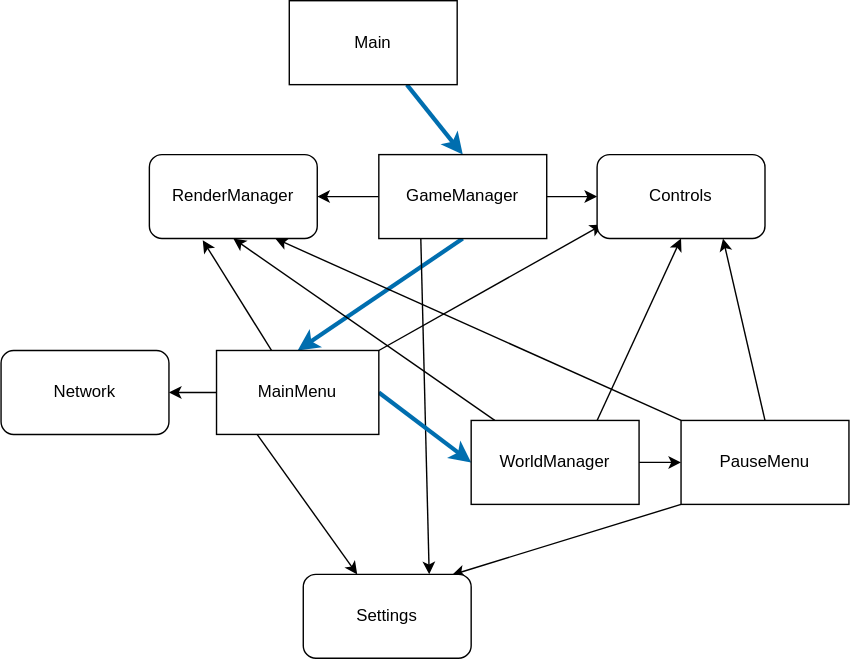
Before: pics/project-arch.drawio.svg, a diagram exported from draw.io (hammerill/Sand-Box2D). Source tidied: cells renumbered, new cells last; positions are measured from the earlier drawing's top-left corner, leaving out a move shared by most shapes. Its diagram source:
```xml
<mxGraphModel>
  <root>
    <mxCell id="0" />
    <mxCell id="1" parent="0" />
    <mxCell id="2" style="edgeStyle=none;html=1;entryX=0.5;entryY=0;entryDx=0;entryDy=0;strokeWidth=3;fillColor=#1ba1e2;strokeColor=#006EAF;" parent="1" edge="1" source="3" target="8">
      <mxGeometry relative="1" as="geometry" />
    </mxCell>
    <mxCell id="3" value="Main" style="whiteSpace=wrap;html=1;" parent="1" vertex="1">
      <mxGeometry x="206" width="120" height="60" as="geometry" />
    </mxCell>
    <mxCell id="4" style="edgeStyle=none;html=1;exitX=0.5;exitY=1;exitDx=0;exitDy=0;entryX=0.5;entryY=0;entryDx=0;entryDy=0;strokeWidth=3;fillColor=#1ba1e2;strokeColor=#006EAF;" parent="1" edge="1" source="8" target="15">
      <mxGeometry relative="1" as="geometry" />
    </mxCell>
    <mxCell id="5" style="edgeStyle=none;html=1;exitX=0;exitY=0.5;exitDx=0;exitDy=0;entryX=1;entryY=0.5;entryDx=0;entryDy=0;" parent="1" edge="1" source="8" target="9">
      <mxGeometry relative="1" as="geometry" />
    </mxCell>
    <mxCell id="6" style="edgeStyle=none;html=1;exitX=1;exitY=0.5;exitDx=0;exitDy=0;entryX=0;entryY=0.5;entryDx=0;entryDy=0;" parent="1" edge="1" source="8" target="16">
      <mxGeometry relative="1" as="geometry" />
    </mxCell>
    <mxCell id="7" style="edgeStyle=none;html=1;exitX=0.25;exitY=1;exitDx=0;exitDy=0;entryX=0.75;entryY=0;entryDx=0;entryDy=0;" parent="1" edge="1" source="8" target="26">
      <mxGeometry relative="1" as="geometry" />
    </mxCell>
    <mxCell id="8" value="GameManager&lt;br&gt;" style="whiteSpace=wrap;html=1;" parent="1" vertex="1">
      <mxGeometry x="270" y="110" width="120" height="60" as="geometry" />
    </mxCell>
    <mxCell id="9" value="RenderManager" style="whiteSpace=wrap;html=1;rounded=1;" parent="1" vertex="1">
      <mxGeometry x="106" y="110" width="120" height="60" as="geometry" />
    </mxCell>
    <mxCell id="10" style="edgeStyle=none;html=1;entryX=0.318;entryY=1.02;entryDx=0;entryDy=0;entryPerimeter=0;" parent="1" edge="1" source="15" target="9">
      <mxGeometry relative="1" as="geometry" />
    </mxCell>
    <mxCell id="11" style="edgeStyle=none;html=1;exitX=1;exitY=0;exitDx=0;exitDy=0;entryX=0.033;entryY=0.833;entryDx=0;entryDy=0;entryPerimeter=0;" parent="1" edge="1" source="15" target="16">
      <mxGeometry relative="1" as="geometry" />
    </mxCell>
    <mxCell id="12" style="edgeStyle=none;html=1;entryX=1;entryY=0.5;entryDx=0;entryDy=0;" parent="1" edge="1" source="15" target="17">
      <mxGeometry relative="1" as="geometry" />
    </mxCell>
    <mxCell id="13" style="edgeStyle=none;html=1;exitX=1;exitY=0.5;exitDx=0;exitDy=0;entryX=0;entryY=0.5;entryDx=0;entryDy=0;strokeWidth=3;fillColor=#1ba1e2;strokeColor=#006EAF;" parent="1" edge="1" source="15" target="21">
      <mxGeometry relative="1" as="geometry" />
    </mxCell>
    <mxCell id="14" style="edgeStyle=none;html=1;exitX=0.25;exitY=1;exitDx=0;exitDy=0;" parent="1" edge="1" source="15" target="26">
      <mxGeometry relative="1" as="geometry" />
    </mxCell>
    <mxCell id="15" value="MainMenu" style="whiteSpace=wrap;html=1;" parent="1" vertex="1">
      <mxGeometry x="154" y="250" width="116" height="60" as="geometry" />
    </mxCell>
    <mxCell id="16" value="Controls" style="whiteSpace=wrap;html=1;rounded=1;" parent="1" vertex="1">
      <mxGeometry x="426" y="110" width="120" height="60" as="geometry" />
    </mxCell>
    <mxCell id="17" value="Network" style="whiteSpace=wrap;html=1;rounded=1;" parent="1" vertex="1">
      <mxGeometry y="250" width="120" height="60" as="geometry" />
    </mxCell>
    <mxCell id="18" style="edgeStyle=none;html=1;entryX=0.5;entryY=1;entryDx=0;entryDy=0;" parent="1" edge="1" source="21" target="9">
      <mxGeometry relative="1" as="geometry" />
    </mxCell>
    <mxCell id="19" style="edgeStyle=none;html=1;exitX=0.75;exitY=0;exitDx=0;exitDy=0;entryX=0.5;entryY=1;entryDx=0;entryDy=0;" parent="1" edge="1" source="21" target="16">
      <mxGeometry relative="1" as="geometry" />
    </mxCell>
    <mxCell id="20" style="edgeStyle=none;html=1;exitX=1;exitY=0.5;exitDx=0;exitDy=0;entryX=0;entryY=0.5;entryDx=0;entryDy=0;" parent="1" edge="1" source="21" target="25">
      <mxGeometry relative="1" as="geometry" />
    </mxCell>
    <mxCell id="21" value="WorldManager" style="whiteSpace=wrap;html=1;" parent="1" vertex="1">
      <mxGeometry x="336" y="300" width="120" height="60" as="geometry" />
    </mxCell>
    <mxCell id="22" style="edgeStyle=none;html=1;exitX=0;exitY=0;exitDx=0;exitDy=0;entryX=0.75;entryY=1;entryDx=0;entryDy=0;" parent="1" edge="1" source="25" target="9">
      <mxGeometry relative="1" as="geometry" />
    </mxCell>
    <mxCell id="23" style="edgeStyle=none;html=1;exitX=0.5;exitY=0;exitDx=0;exitDy=0;entryX=0.75;entryY=1;entryDx=0;entryDy=0;" parent="1" edge="1" source="25" target="16">
      <mxGeometry relative="1" as="geometry" />
    </mxCell>
    <mxCell id="24" style="edgeStyle=none;html=1;exitX=0;exitY=1;exitDx=0;exitDy=0;entryX=0.886;entryY=0.006;entryDx=0;entryDy=0;entryPerimeter=0;" parent="1" edge="1" source="25" target="26">
      <mxGeometry relative="1" as="geometry" />
    </mxCell>
    <mxCell id="25" value="PauseMenu" style="whiteSpace=wrap;html=1;" parent="1" vertex="1">
      <mxGeometry x="486" y="300" width="120" height="60" as="geometry" />
    </mxCell>
    <mxCell id="26" value="Settings" style="whiteSpace=wrap;html=1;rounded=1;" parent="1" vertex="1">
      <mxGeometry x="216" y="410" width="120" height="60" as="geometry" />
    </mxCell>
  </root>
</mxGraphModel>
```
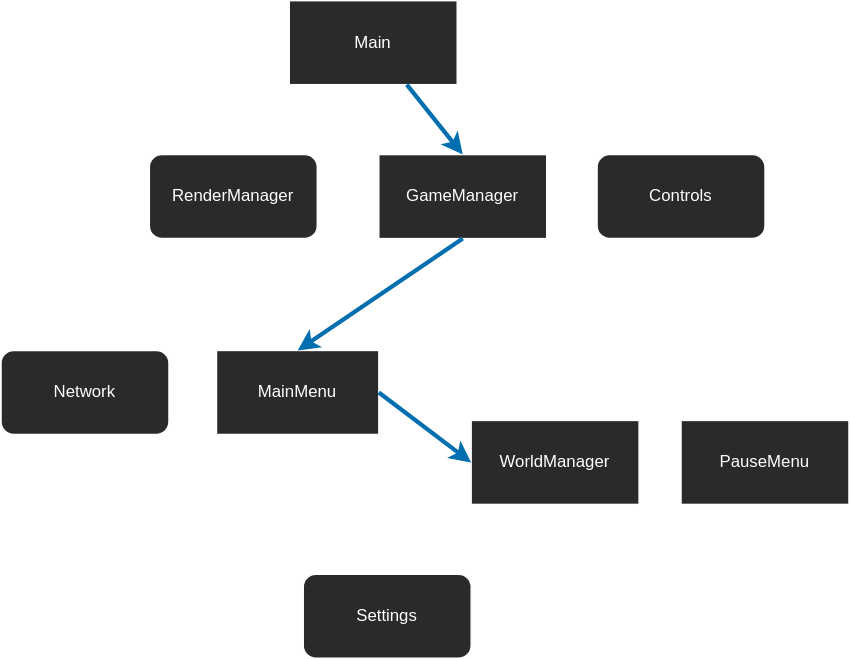
After the commit.

What changed in the source:
```diff
@@ -2,80 +2,80 @@
   <root>
     <mxCell id="0" />
     <mxCell id="1" parent="0" />
-    <mxCell id="2" style="edgeStyle=none;html=1;entryX=0.5;entryY=0;entryDx=0;entryDy=0;strokeWidth=3;fillColor=#1ba1e2;strokeColor=#006EAF;" parent="1" edge="1" source="3" target="8">
-      <mxGeometry relative="1" as="geometry" />
-    </mxCell>
-    <mxCell id="3" value="Main" style="whiteSpace=wrap;html=1;" parent="1" vertex="1">
+    <mxCell id="3" value="Main" style="whiteSpace=wrap;html=1;fillColor=#2A2A2A;fontColor=#FFFFFF;labelBorderColor=none;strokeColor=#FFFFFF;" parent="1" vertex="1">
       <mxGeometry x="206" width="120" height="60" as="geometry" />
     </mxCell>
-    <mxCell id="4" style="edgeStyle=none;html=1;exitX=0.5;exitY=1;exitDx=0;exitDy=0;entryX=0.5;entryY=0;entryDx=0;entryDy=0;strokeWidth=3;fillColor=#1ba1e2;strokeColor=#006EAF;" parent="1" edge="1" source="8" target="15">
-      <mxGeometry relative="1" as="geometry" />
-    </mxCell>
-    <mxCell id="5" style="edgeStyle=none;html=1;exitX=0;exitY=0.5;exitDx=0;exitDy=0;entryX=1;entryY=0.5;entryDx=0;entryDy=0;" parent="1" edge="1" source="8" target="9">
+    <mxCell id="5" style="edgeStyle=none;html=1;exitX=0;exitY=0.5;exitDx=0;exitDy=0;entryX=1;entryY=0.5;entryDx=0;entryDy=0;strokeColor=#FFFFFF;" parent="1" edge="1" source="8" target="9">
       <mxGeometry relative="1" as="geometry" />
     </mxCell>
-    <mxCell id="6" style="edgeStyle=none;html=1;exitX=1;exitY=0.5;exitDx=0;exitDy=0;entryX=0;entryY=0.5;entryDx=0;entryDy=0;" parent="1" edge="1" source="8" target="16">
+    <mxCell id="6" style="edgeStyle=none;html=1;exitX=1;exitY=0.5;exitDx=0;exitDy=0;entryX=0;entryY=0.5;entryDx=0;entryDy=0;strokeColor=#FFFFFF;" parent="1" edge="1" source="8" target="16">
       <mxGeometry relative="1" as="geometry" />
     </mxCell>
-    <mxCell id="7" style="edgeStyle=none;html=1;exitX=0.25;exitY=1;exitDx=0;exitDy=0;entryX=0.75;entryY=0;entryDx=0;entryDy=0;" parent="1" edge="1" source="8" target="26">
+    <mxCell id="7" style="edgeStyle=none;html=1;exitX=0.25;exitY=1;exitDx=0;exitDy=0;entryX=0.75;entryY=0;entryDx=0;entryDy=0;strokeColor=#FFFFFF;" parent="1" edge="1" source="8" target="26">
       <mxGeometry relative="1" as="geometry" />
     </mxCell>
-    <mxCell id="8" value="GameManager&lt;br&gt;" style="whiteSpace=wrap;html=1;" parent="1" vertex="1">
+    <mxCell id="8" value="GameManager&lt;br&gt;" style="whiteSpace=wrap;html=1;fillColor=#2A2A2A;fontColor=#FFFFFF;labelBorderColor=none;strokeColor=#FFFFFF;" parent="1" vertex="1">
       <mxGeometry x="270" y="110" width="120" height="60" as="geometry" />
     </mxCell>
-    <mxCell id="9" value="RenderManager" style="whiteSpace=wrap;html=1;rounded=1;" parent="1" vertex="1">
+    <mxCell id="9" value="RenderManager" style="whiteSpace=wrap;html=1;rounded=1;fillColor=#2A2A2A;fontColor=#FFFFFF;labelBorderColor=none;strokeColor=#FFFFFF;" parent="1" vertex="1">
       <mxGeometry x="106" y="110" width="120" height="60" as="geometry" />
     </mxCell>
-    <mxCell id="10" style="edgeStyle=none;html=1;entryX=0.318;entryY=1.02;entryDx=0;entryDy=0;entryPerimeter=0;" parent="1" edge="1" source="15" target="9">
+    <mxCell id="10" style="edgeStyle=none;html=1;entryX=0.318;entryY=1.02;entryDx=0;entryDy=0;entryPerimeter=0;strokeColor=#FFFFFF;" parent="1" edge="1" source="15" target="9">
       <mxGeometry relative="1" as="geometry" />
     </mxCell>
-    <mxCell id="11" style="edgeStyle=none;html=1;exitX=1;exitY=0;exitDx=0;exitDy=0;entryX=0.033;entryY=0.833;entryDx=0;entryDy=0;entryPerimeter=0;" parent="1" edge="1" source="15" target="16">
+    <mxCell id="11" style="edgeStyle=none;html=1;exitX=1;exitY=0;exitDx=0;exitDy=0;entryX=0.033;entryY=0.833;entryDx=0;entryDy=0;entryPerimeter=0;strokeColor=#FFFFFF;" parent="1" edge="1" source="15" target="16">
       <mxGeometry relative="1" as="geometry" />
     </mxCell>
-    <mxCell id="12" style="edgeStyle=none;html=1;entryX=1;entryY=0.5;entryDx=0;entryDy=0;" parent="1" edge="1" source="15" target="17">
+    <mxCell id="12" style="edgeStyle=none;html=1;entryX=1;entryY=0.5;entryDx=0;entryDy=0;strokeColor=#FFFFFF;" parent="1" edge="1" source="15" target="17">
       <mxGeometry relative="1" as="geometry" />
     </mxCell>
-    <mxCell id="13" style="edgeStyle=none;html=1;exitX=1;exitY=0.5;exitDx=0;exitDy=0;entryX=0;entryY=0.5;entryDx=0;entryDy=0;strokeWidth=3;fillColor=#1ba1e2;strokeColor=#006EAF;" parent="1" edge="1" source="15" target="21">
-      <mxGeometry relative="1" as="geometry" />
-    </mxCell>
-    <mxCell id="14" style="edgeStyle=none;html=1;exitX=0.25;exitY=1;exitDx=0;exitDy=0;" parent="1" edge="1" source="15" target="26">
+    <mxCell id="14" style="edgeStyle=none;html=1;exitX=0.25;exitY=1;exitDx=0;exitDy=0;strokeColor=#FFFFFF;" parent="1" edge="1" source="15" target="26">
       <mxGeometry relative="1" as="geometry" />
     </mxCell>
-    <mxCell id="15" value="MainMenu" style="whiteSpace=wrap;html=1;" parent="1" vertex="1">
+    <mxCell id="15" value="MainMenu" style="whiteSpace=wrap;html=1;fillColor=#2A2A2A;fontColor=#FFFFFF;labelBorderColor=none;strokeColor=#FFFFFF;" parent="1" vertex="1">
       <mxGeometry x="154" y="250" width="116" height="60" as="geometry" />
     </mxCell>
-    <mxCell id="16" value="Controls" style="whiteSpace=wrap;html=1;rounded=1;" parent="1" vertex="1">
+    <mxCell id="16" value="Controls" style="whiteSpace=wrap;html=1;rounded=1;fillColor=#2A2A2A;fontColor=#FFFFFF;labelBorderColor=none;strokeColor=#FFFFFF;" parent="1" vertex="1">
       <mxGeometry x="426" y="110" width="120" height="60" as="geometry" />
     </mxCell>
-    <mxCell id="17" value="Network" style="whiteSpace=wrap;html=1;rounded=1;" parent="1" vertex="1">
+    <mxCell id="17" value="Network" style="whiteSpace=wrap;html=1;rounded=1;fillColor=#2A2A2A;fontColor=#FFFFFF;labelBorderColor=none;strokeColor=#FFFFFF;" parent="1" vertex="1">
       <mxGeometry y="250" width="120" height="60" as="geometry" />
     </mxCell>
-    <mxCell id="18" style="edgeStyle=none;html=1;entryX=0.5;entryY=1;entryDx=0;entryDy=0;" parent="1" edge="1" source="21" target="9">
+    <mxCell id="18" style="edgeStyle=none;html=1;entryX=0.5;entryY=1;entryDx=0;entryDy=0;strokeColor=#FFFFFF;" parent="1" edge="1" source="21" target="9">
       <mxGeometry relative="1" as="geometry" />
     </mxCell>
-    <mxCell id="19" style="edgeStyle=none;html=1;exitX=0.75;exitY=0;exitDx=0;exitDy=0;entryX=0.5;entryY=1;entryDx=0;entryDy=0;" parent="1" edge="1" source="21" target="16">
+    <mxCell id="19" style="edgeStyle=none;html=1;exitX=0.75;exitY=0;exitDx=0;exitDy=0;entryX=0.5;entryY=1;entryDx=0;entryDy=0;strokeColor=#FFFFFF;" parent="1" edge="1" source="21" target="16">
       <mxGeometry relative="1" as="geometry" />
     </mxCell>
-    <mxCell id="20" style="edgeStyle=none;html=1;exitX=1;exitY=0.5;exitDx=0;exitDy=0;entryX=0;entryY=0.5;entryDx=0;entryDy=0;" parent="1" edge="1" source="21" target="25">
+    <mxCell id="20" style="edgeStyle=none;html=1;exitX=1;exitY=0.5;exitDx=0;exitDy=0;entryX=0;entryY=0.5;entryDx=0;entryDy=0;strokeColor=#FFFFFF;" parent="1" edge="1" source="21" target="25">
       <mxGeometry relative="1" as="geometry" />
     </mxCell>
-    <mxCell id="21" value="WorldManager" style="whiteSpace=wrap;html=1;" parent="1" vertex="1">
+    <mxCell id="21" value="WorldManager" style="whiteSpace=wrap;html=1;fillColor=#2A2A2A;fontColor=#FFFFFF;labelBorderColor=none;strokeColor=#FFFFFF;" parent="1" vertex="1">
       <mxGeometry x="336" y="300" width="120" height="60" as="geometry" />
     </mxCell>
-    <mxCell id="22" style="edgeStyle=none;html=1;exitX=0;exitY=0;exitDx=0;exitDy=0;entryX=0.75;entryY=1;entryDx=0;entryDy=0;" parent="1" edge="1" source="25" target="9">
+    <mxCell id="22" style="edgeStyle=none;html=1;exitX=0;exitY=0;exitDx=0;exitDy=0;entryX=0.75;entryY=1;entryDx=0;entryDy=0;strokeColor=#FFFFFF;" parent="1" edge="1" source="25" target="9">
       <mxGeometry relative="1" as="geometry" />
     </mxCell>
-    <mxCell id="23" style="edgeStyle=none;html=1;exitX=0.5;exitY=0;exitDx=0;exitDy=0;entryX=0.75;entryY=1;entryDx=0;entryDy=0;" parent="1" edge="1" source="25" target="16">
+    <mxCell id="23" style="edgeStyle=none;html=1;exitX=0.5;exitY=0;exitDx=0;exitDy=0;entryX=0.75;entryY=1;entryDx=0;entryDy=0;strokeColor=#FFFFFF;" parent="1" edge="1" source="25" target="16">
       <mxGeometry relative="1" as="geometry" />
     </mxCell>
-    <mxCell id="24" style="edgeStyle=none;html=1;exitX=0;exitY=1;exitDx=0;exitDy=0;entryX=0.886;entryY=0.006;entryDx=0;entryDy=0;entryPerimeter=0;" parent="1" edge="1" source="25" target="26">
+    <mxCell id="24" style="edgeStyle=none;html=1;exitX=0;exitY=1;exitDx=0;exitDy=0;entryX=0.886;entryY=0.006;entryDx=0;entryDy=0;entryPerimeter=0;strokeColor=#FFFFFF;" parent="1" edge="1" source="25" target="26">
       <mxGeometry relative="1" as="geometry" />
     </mxCell>
-    <mxCell id="25" value="PauseMenu" style="whiteSpace=wrap;html=1;" parent="1" vertex="1">
+    <mxCell id="25" value="PauseMenu" style="whiteSpace=wrap;html=1;fillColor=#2A2A2A;fontColor=#FFFFFF;labelBorderColor=none;strokeColor=#FFFFFF;" parent="1" vertex="1">
       <mxGeometry x="486" y="300" width="120" height="60" as="geometry" />
     </mxCell>
-    <mxCell id="26" value="Settings" style="whiteSpace=wrap;html=1;rounded=1;" parent="1" vertex="1">
+    <mxCell id="26" value="Settings" style="whiteSpace=wrap;html=1;rounded=1;fillColor=#2A2A2A;fontColor=#FFFFFF;labelBorderColor=none;strokeColor=#FFFFFF;" parent="1" vertex="1">
       <mxGeometry x="216" y="410" width="120" height="60" as="geometry" />
     </mxCell>
+    <mxCell id="2" style="edgeStyle=none;html=1;entryX=0.5;entryY=0;entryDx=0;entryDy=0;strokeWidth=3;fillColor=#1ba1e2;strokeColor=#006EAF;" parent="1" edge="1" source="3" target="8">
+      <mxGeometry relative="1" as="geometry" />
+    </mxCell>
+    <mxCell id="4" style="edgeStyle=none;html=1;exitX=0.5;exitY=1;exitDx=0;exitDy=0;entryX=0.5;entryY=0;entryDx=0;entryDy=0;strokeWidth=3;fillColor=#1ba1e2;strokeColor=#006EAF;" parent="1" edge="1" source="8" target="15">
+      <mxGeometry relative="1" as="geometry" />
+    </mxCell>
+    <mxCell id="13" style="edgeStyle=none;html=1;exitX=1;exitY=0.5;exitDx=0;exitDy=0;entryX=0;entryY=0.5;entryDx=0;entryDy=0;strokeWidth=3;fillColor=#1ba1e2;strokeColor=#006EAF;" parent="1" edge="1" source="15" target="21">
+      <mxGeometry relative="1" as="geometry" />
+    </mxCell>
   </root>
 </mxGraphModel>
```
